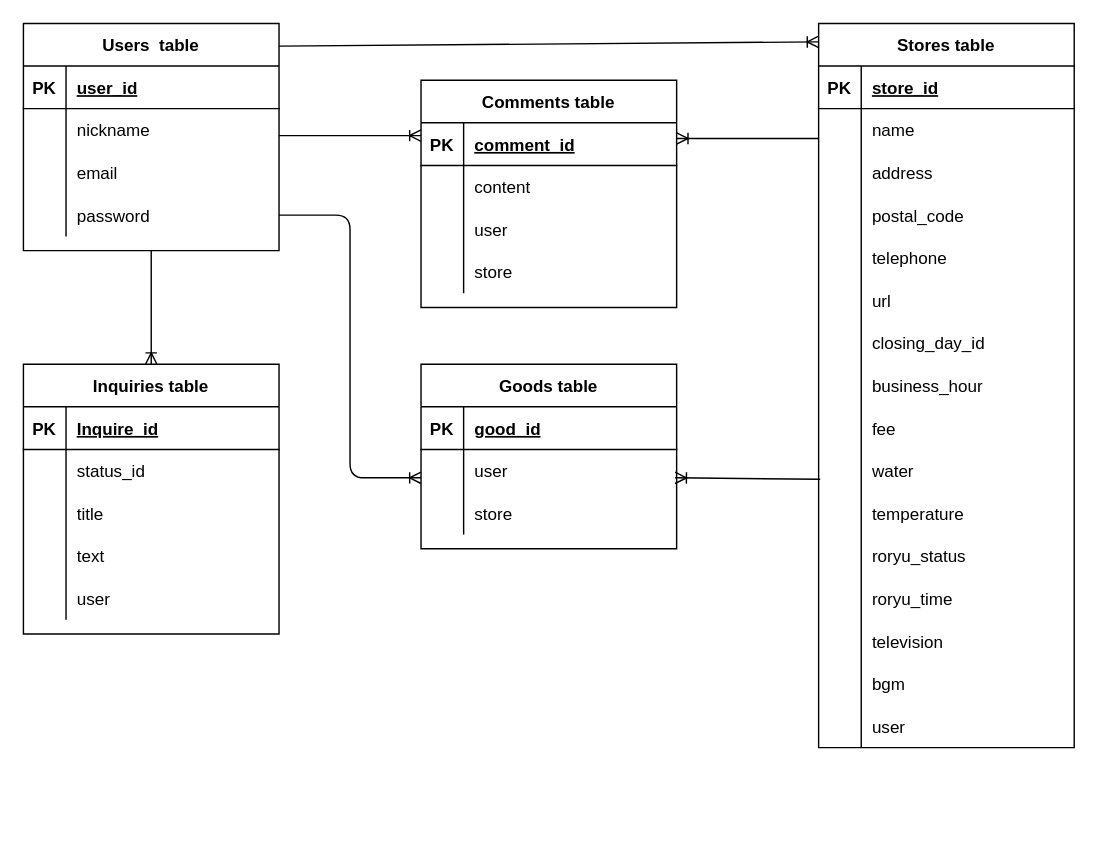
Earlier version of the draw.io diagram sento.dio (KawashimaRyuhei/TOTONOI). Source tidied: cells renumbered, new cells numbered last; positions are measured from the earlier drawing's top-left corner, leaving out a move shared by most shapes. Both pictures are drawn from the tidied source at 142%, with x=0, y=0 at pixel (23, 23).
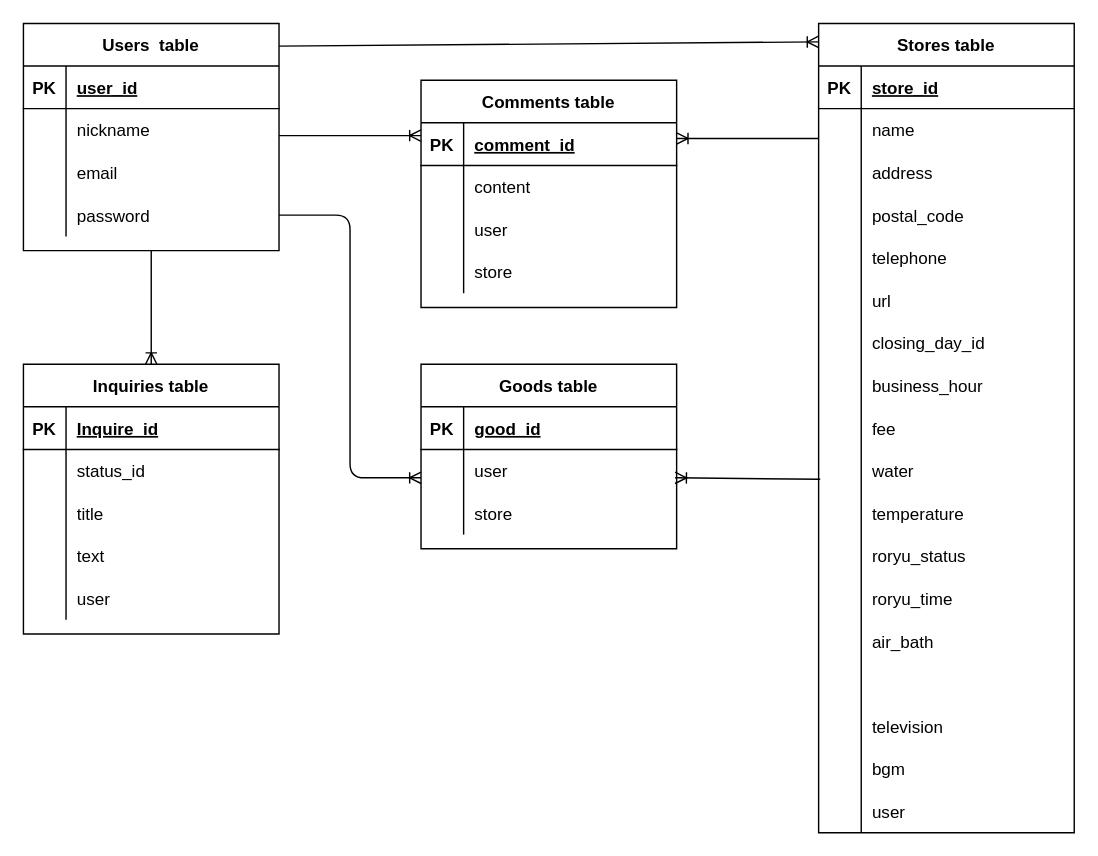
The same page after the edit.

What changed in the source:
```diff
@@
     <mxCell id="15" value="Stores table" style="shape=table;startSize=30;childLayout=tableLayout;rowLines=0;fontStyle=1;align=center;" parent="1" vertex="1">
-      <mxGeometry x="560" width="180" height="510" as="geometry" />
+      <mxGeometry x="560" width="180" height="570" as="geometry" />
     </mxCell>
@@
+    <mxCell id="109" style="shape=partialRectangle;fillColor=none;top=0;left=0;bottom=0;right=0;" parent="15" vertex="1">
+      <mxGeometry y="420" width="180" height="30" as="geometry" />
+    </mxCell>
+    <mxCell id="110" style="shape=partialRectangle;fillColor=none;top=0;left=0;bottom=0;right=0;overflow=hidden;" parent="109" vertex="1">
+      <mxGeometry width="30" height="30" as="geometry" />
+    </mxCell>
+    <mxCell id="111" value="air_bath" style="shape=partialRectangle;fillColor=none;top=0;left=0;bottom=0;right=0;align=left;spacingLeft=6;overflow=hidden;" parent="109" vertex="1">
+      <mxGeometry x="30" width="150" height="30" as="geometry" />
+    </mxCell>
+    <mxCell id="112" style="shape=partialRectangle;fillColor=none;top=0;left=0;bottom=0;right=0;" parent="15" vertex="1">
+      <mxGeometry y="450" width="180" height="30" as="geometry" />
+    </mxCell>
+    <mxCell id="113" style="shape=partialRectangle;fillColor=none;top=0;left=0;bottom=0;right=0;overflow=hidden;" parent="112" vertex="1">
+      <mxGeometry width="30" height="30" as="geometry" />
+    </mxCell>
+    <mxCell id="114" style="shape=partialRectangle;fillColor=none;top=0;left=0;bottom=0;right=0;align=left;spacingLeft=6;overflow=hidden;" parent="112" vertex="1">
+      <mxGeometry x="30" width="150" height="30" as="geometry" />
+    </mxCell>
     <mxCell id="55" style="shape=partialRectangle;fillColor=none;top=0;left=0;bottom=0;right=0;" parent="15" vertex="1">
-      <mxGeometry y="420" width="180" height="30" as="geometry" />
+      <mxGeometry y="480" width="180" height="30" as="geometry" />
     </mxCell>
@@
     <mxCell id="58" style="shape=partialRectangle;fillColor=none;top=0;left=0;bottom=0;right=0;" parent="15" vertex="1">
-      <mxGeometry y="450" width="180" height="30" as="geometry" />
+      <mxGeometry y="510" width="180" height="30" as="geometry" />
     </mxCell>
@@
     <mxCell id="61" style="shape=partialRectangle;fillColor=none;top=0;left=0;bottom=0;right=0;" parent="15" vertex="1">
-      <mxGeometry y="480" width="180" height="30" as="geometry" />
+      <mxGeometry y="540" width="180" height="30" as="geometry" />
     </mxCell>
```
